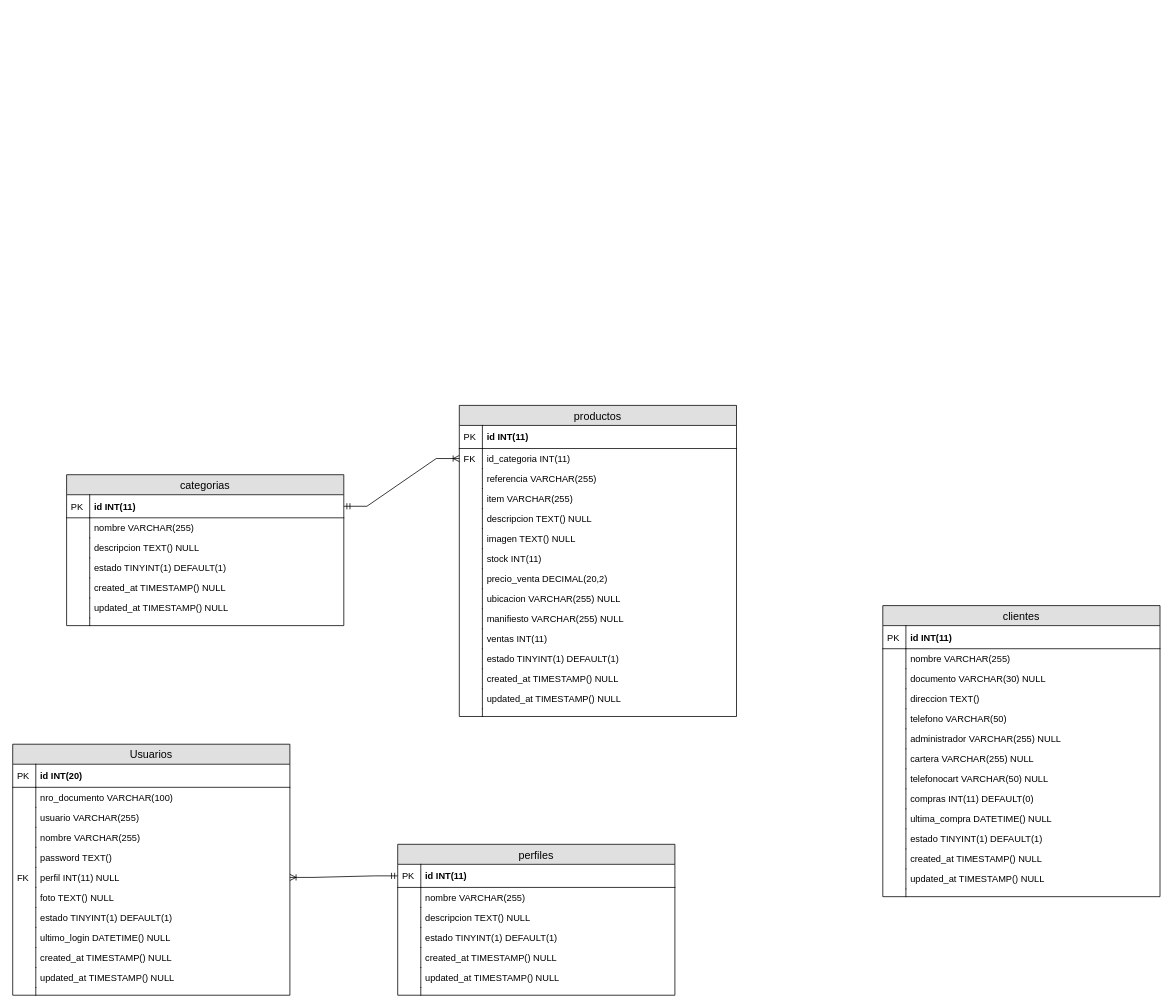
The draw.io diagram assets/db/InventorySystem.drawio in anthourrego/InventorySystem, before the edit. Source tidied: cells renumbered, new cells numbered last; positions are measured from the earlier drawing's top-left corner, leaving out a move shared by most shapes. Both pictures are drawn from the tidied source at 77%, with x=0, y=0 at pixel (12, 405).
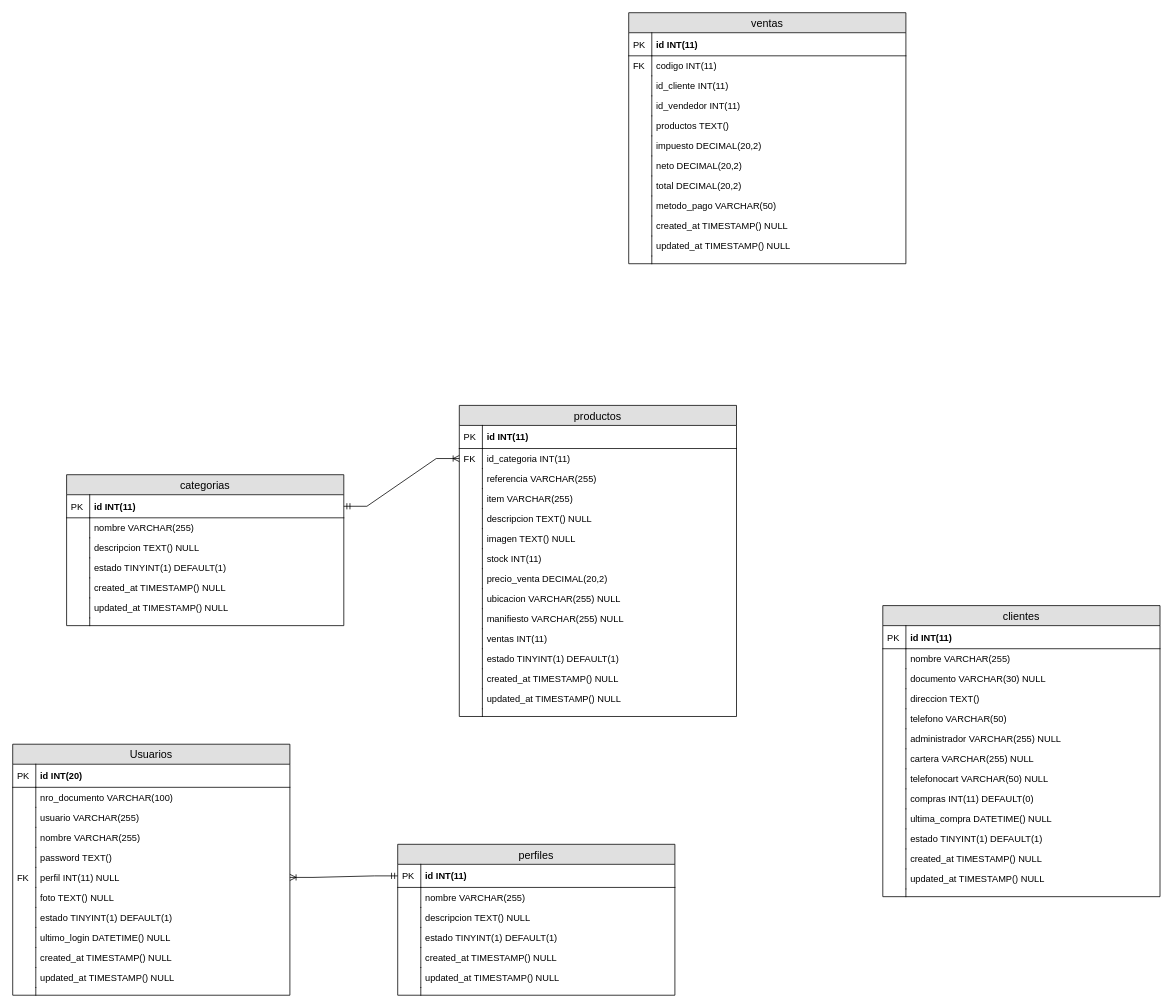
After the change.

The edit, as a diff of the source:
```diff
@@
+    <mxCell id="119" value="ventas" style="swimlane;fontStyle=0;horizontal=1;startSize=26;fillColor=#e0e0e0;swimlaneFillColor=#ffffff;align=center;fontSize=14;" parent="1" vertex="1">
+      <mxGeometry x="800" y="-510" width="360" height="326" as="geometry" />
+    </mxCell>
+    <mxCell id="120" value="id INT(11)" style="shape=partialRectangle;top=0;left=0;right=0;bottom=1;align=left;verticalAlign=middle;fillColor=none;spacingLeft=34;spacingRight=4;overflow=hidden;fontStyle=1;fontSize=12;" parent="119" vertex="1">
+      <mxGeometry y="26" width="360" height="30" as="geometry" />
+    </mxCell>
+    <mxCell id="121" value="PK" style="shape=partialRectangle;top=0;left=0;bottom=0;fillColor=none;align=left;verticalAlign=middle;spacingLeft=4;spacingRight=4;overflow=hidden;fontSize=12;" parent="120" vertex="1">
+      <mxGeometry width="30" height="30" as="geometry" />
+    </mxCell>
+    <mxCell id="122" value="codigo INT(11)" style="shape=partialRectangle;top=0;left=0;right=0;bottom=0;align=left;verticalAlign=top;fillColor=none;spacingLeft=34;spacingRight=4;overflow=hidden;fontSize=12;" parent="119" vertex="1">
+      <mxGeometry y="56" width="360" height="26" as="geometry" />
+    </mxCell>
+    <mxCell id="123" value="FK" style="shape=partialRectangle;top=0;left=0;bottom=0;fillColor=none;align=left;verticalAlign=top;spacingLeft=4;spacingRight=4;overflow=hidden;fontSize=12;" parent="122" vertex="1">
+      <mxGeometry width="30" height="26" as="geometry" />
+    </mxCell>
+    <mxCell id="124" value="id_cliente INT(11)" style="shape=partialRectangle;top=0;left=0;right=0;bottom=0;align=left;verticalAlign=top;fillColor=none;spacingLeft=34;spacingRight=4;overflow=hidden;fontSize=12;" parent="119" vertex="1">
+      <mxGeometry y="82" width="360" height="26" as="geometry" />
+    </mxCell>
+    <mxCell id="125" style="shape=partialRectangle;top=0;left=0;bottom=0;fillColor=none;align=left;verticalAlign=top;spacingLeft=4;spacingRight=4;overflow=hidden;fontSize=12;" parent="124" vertex="1">
+      <mxGeometry width="30" height="26" as="geometry" />
+    </mxCell>
+    <mxCell id="126" value="id_vendedor INT(11)" style="shape=partialRectangle;top=0;left=0;right=0;bottom=0;align=left;verticalAlign=top;fillColor=none;spacingLeft=34;spacingRight=4;overflow=hidden;fontSize=12;" parent="119" vertex="1">
+      <mxGeometry y="108" width="360" height="26" as="geometry" />
+    </mxCell>
+    <mxCell id="127" style="shape=partialRectangle;top=0;left=0;bottom=0;fillColor=none;align=left;verticalAlign=top;spacingLeft=4;spacingRight=4;overflow=hidden;fontSize=12;" parent="126" vertex="1">
+      <mxGeometry width="30" height="26" as="geometry" />
+    </mxCell>
+    <mxCell id="128" value="productos TEXT()&#10;" style="shape=partialRectangle;top=0;left=0;right=0;bottom=0;align=left;verticalAlign=top;fillColor=none;spacingLeft=34;spacingRight=4;overflow=hidden;fontSize=12;" parent="119" vertex="1">
+      <mxGeometry y="134" width="360" height="26" as="geometry" />
+    </mxCell>
+    <mxCell id="129" style="shape=partialRectangle;top=0;left=0;bottom=0;fillColor=none;align=left;verticalAlign=top;spacingLeft=4;spacingRight=4;overflow=hidden;fontSize=12;" parent="128" vertex="1">
+      <mxGeometry width="30" height="26" as="geometry" />
+    </mxCell>
+    <mxCell id="130" value="impuesto DECIMAL(20,2)" style="shape=partialRectangle;top=0;left=0;right=0;bottom=0;align=left;verticalAlign=top;fillColor=none;spacingLeft=34;spacingRight=4;overflow=hidden;fontSize=12;" parent="119" vertex="1">
+      <mxGeometry y="160" width="360" height="26" as="geometry" />
+    </mxCell>
+    <mxCell id="131" style="shape=partialRectangle;top=0;left=0;bottom=0;fillColor=none;align=left;verticalAlign=top;spacingLeft=4;spacingRight=4;overflow=hidden;fontSize=12;" parent="130" vertex="1">
+      <mxGeometry width="30" height="26" as="geometry" />
+    </mxCell>
+    <mxCell id="132" value="neto DECIMAL(20,2)" style="shape=partialRectangle;top=0;left=0;right=0;bottom=0;align=left;verticalAlign=top;fillColor=none;spacingLeft=34;spacingRight=4;overflow=hidden;fontSize=12;" parent="119" vertex="1">
+      <mxGeometry y="186" width="360" height="26" as="geometry" />
+    </mxCell>
+    <mxCell id="133" style="shape=partialRectangle;top=0;left=0;bottom=0;fillColor=none;align=left;verticalAlign=top;spacingLeft=4;spacingRight=4;overflow=hidden;fontSize=12;" parent="132" vertex="1">
+      <mxGeometry width="30" height="26" as="geometry" />
+    </mxCell>
+    <mxCell id="134" value="total DECIMAL(20,2)" style="shape=partialRectangle;top=0;left=0;right=0;bottom=0;align=left;verticalAlign=top;fillColor=none;spacingLeft=34;spacingRight=4;overflow=hidden;fontSize=12;" parent="119" vertex="1">
+      <mxGeometry y="212" width="360" height="26" as="geometry" />
+    </mxCell>
+    <mxCell id="135" style="shape=partialRectangle;top=0;left=0;bottom=0;fillColor=none;align=left;verticalAlign=top;spacingLeft=4;spacingRight=4;overflow=hidden;fontSize=12;" parent="134" vertex="1">
+      <mxGeometry width="30" height="26" as="geometry" />
+    </mxCell>
+    <mxCell id="136" value="metodo_pago VARCHAR(50)" style="shape=partialRectangle;top=0;left=0;right=0;bottom=0;align=left;verticalAlign=top;fillColor=none;spacingLeft=34;spacingRight=4;overflow=hidden;fontSize=12;" parent="119" vertex="1">
+      <mxGeometry y="238" width="360" height="26" as="geometry" />
+    </mxCell>
+    <mxCell id="137" style="shape=partialRectangle;top=0;left=0;bottom=0;fillColor=none;align=left;verticalAlign=top;spacingLeft=4;spacingRight=4;overflow=hidden;fontSize=12;" parent="136" vertex="1">
+      <mxGeometry width="30" height="26" as="geometry" />
+    </mxCell>
+    <mxCell id="138" value="created_at TIMESTAMP() NULL" style="shape=partialRectangle;top=0;left=0;right=0;bottom=0;align=left;verticalAlign=top;fillColor=none;spacingLeft=34;spacingRight=4;overflow=hidden;fontSize=12;" parent="119" vertex="1">
+      <mxGeometry y="264" width="360" height="26" as="geometry" />
+    </mxCell>
+    <mxCell id="139" style="shape=partialRectangle;top=0;left=0;bottom=0;fillColor=none;align=left;verticalAlign=top;spacingLeft=4;spacingRight=4;overflow=hidden;fontSize=12;" parent="138" vertex="1">
+      <mxGeometry width="30" height="26" as="geometry" />
+    </mxCell>
+    <mxCell id="140" value="updated_at TIMESTAMP() NULL" style="shape=partialRectangle;top=0;left=0;right=0;bottom=0;align=left;verticalAlign=top;fillColor=none;spacingLeft=34;spacingRight=4;overflow=hidden;fontSize=12;" parent="119" vertex="1">
+      <mxGeometry y="290" width="360" height="26" as="geometry" />
+    </mxCell>
+    <mxCell id="141" style="shape=partialRectangle;top=0;left=0;bottom=0;fillColor=none;align=left;verticalAlign=top;spacingLeft=4;spacingRight=4;overflow=hidden;fontSize=12;" parent="140" vertex="1">
+      <mxGeometry width="30" height="26" as="geometry" />
+    </mxCell>
+    <mxCell id="142" style="shape=partialRectangle;top=0;left=0;right=0;bottom=0;align=left;verticalAlign=top;fillColor=none;spacingLeft=34;spacingRight=4;overflow=hidden;fontSize=12;" parent="119" vertex="1">
+      <mxGeometry y="316" width="360" height="10" as="geometry" />
+    </mxCell>
+    <mxCell id="143" style="shape=partialRectangle;top=0;left=0;bottom=0;fillColor=none;align=left;verticalAlign=top;spacingLeft=4;spacingRight=4;overflow=hidden;fontSize=12;" parent="142" vertex="1">
+      <mxGeometry width="30" height="10" as="geometry" />
+    </mxCell>
```
